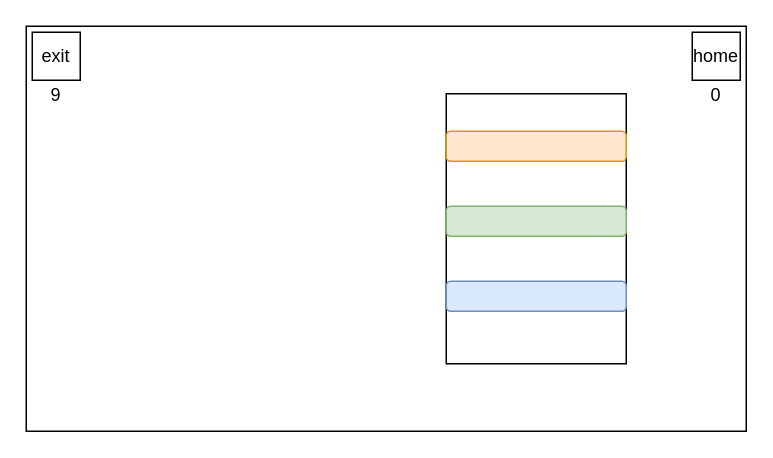
Pre-vious/draw.io keeps this draw.io diagram as Untitled rgb-bur-12.drawio. Above is the earlier version. Source tidied: cells renumbered, new cells numbered last; positions are measured from the earlier drawing's top-left corner, leaving out a move shared by most shapes. Both pictures are drawn from the tidied source at 150%, with x=0, y=0 at pixel (26, 26).
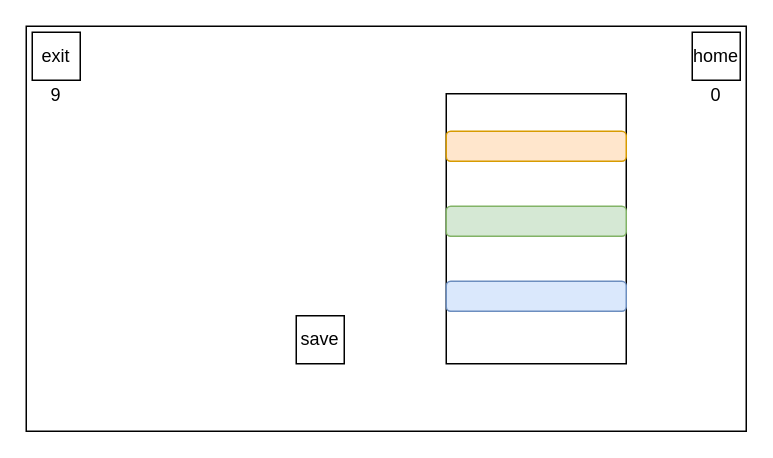
After the change.

The edit, as a diff of the source:
```diff
@@
 <mxGraphModel>
   <root>
     <mxCell id="0" />
     <mxCell id="1" parent="0" />
     <mxCell id="2" style="rounded=0;whiteSpace=wrap;html=1;" parent="1" vertex="1">
       <mxGeometry width="480" height="270" as="geometry" />
     </mxCell>
     <mxCell id="3" value="exit" style="whiteSpace=wrap;html=1;" parent="1" vertex="1">
       <mxGeometry x="4" y="4" width="32" height="32" as="geometry" />
     </mxCell>
     <mxCell id="4" value="9" style="text;html=1;strokeColor=none;fillColor=none;align=center;verticalAlign=middle;whiteSpace=wrap;rounded=0;" parent="1" vertex="1">
       <mxGeometry y="36" width="40" height="20" as="geometry" />
     </mxCell>
     <mxCell id="5" style="rounded=0;whiteSpace=wrap;html=1;" parent="1" vertex="1">
       <mxGeometry x="280" y="45" width="120" height="180" as="geometry" />
     </mxCell>
     <mxCell id="6" style="rounded=1;whiteSpace=wrap;html=1;fillColor=#ffe6cc;strokeColor=#d79b00;" parent="1" vertex="1">
       <mxGeometry x="280" y="70" width="120" height="20" as="geometry" />
     </mxCell>
     <mxCell id="7" style="rounded=1;whiteSpace=wrap;html=1;fillColor=#d5e8d4;strokeColor=#82b366;" parent="1" vertex="1">
       <mxGeometry x="280" y="120" width="120" height="20" as="geometry" />
     </mxCell>
     <mxCell id="8" style="rounded=1;whiteSpace=wrap;html=1;fillColor=#dae8fc;strokeColor=#6c8ebf;" parent="1" vertex="1">
       <mxGeometry x="280" y="170" width="120" height="20" as="geometry" />
     </mxCell>
     <mxCell id="9" value="home" style="whiteSpace=wrap;html=1;" parent="1" vertex="1">
       <mxGeometry x="444" y="4" width="32" height="32" as="geometry" />
     </mxCell>
     <mxCell id="10" value="0" style="text;html=1;strokeColor=none;fillColor=none;align=center;verticalAlign=middle;whiteSpace=wrap;rounded=0;" parent="1" vertex="1">
       <mxGeometry x="440" y="36" width="40" height="20" as="geometry" />
     </mxCell>
+    <mxCell id="11" value="save" style="whiteSpace=wrap;html=1;" parent="1" vertex="1">
+      <mxGeometry x="180" y="193" width="32" height="32" as="geometry" />
+    </mxCell>
   </root>
 </mxGraphModel>
```
